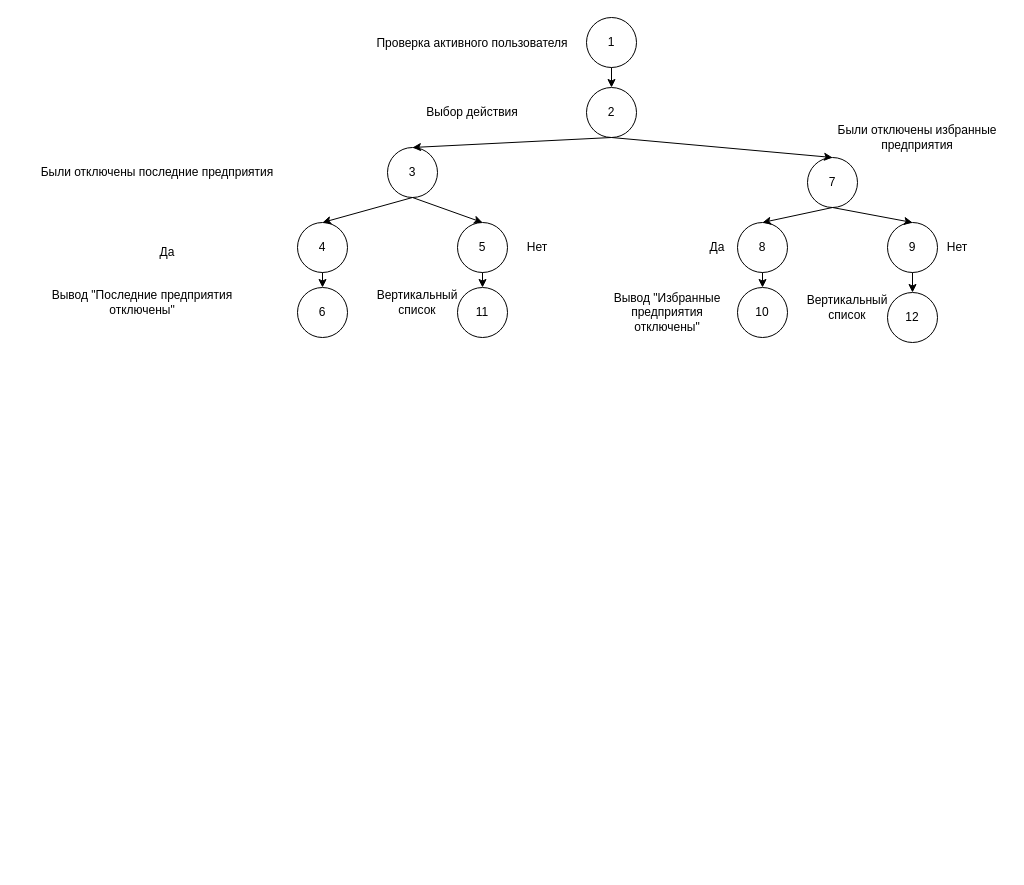
The draw.io diagram McKeyb.drawio in Bagdasaryan/Bagdasaryan, before the edit. Source tidied: cells renumbered, new cells numbered last; positions are measured from the earlier drawing's top-left corner, leaving out a move shared by most shapes. Both pictures are drawn from the tidied source at 100%, with x=0, y=0 at pixel (17, 17).
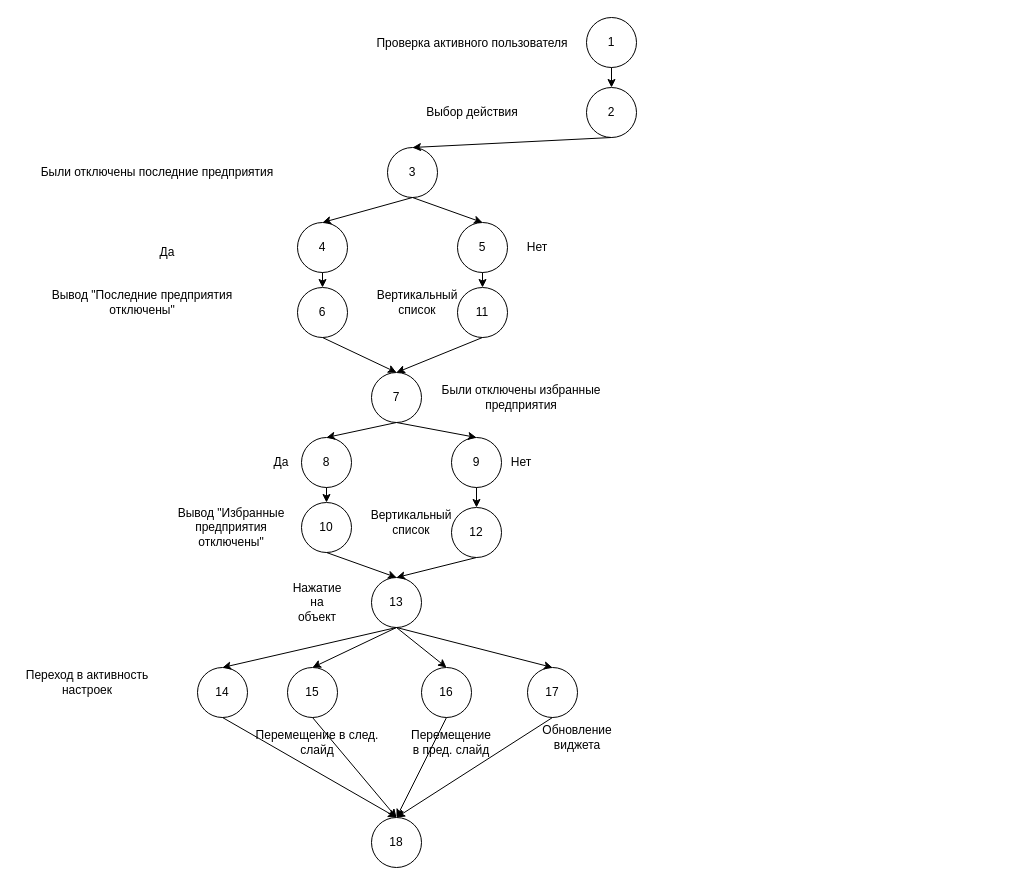
After the change.

The change refers to these unchanged cells:
```xml
<mxCell id="5" value="2" style="ellipse;whiteSpace=wrap;html=1;" parent="1" vertex="1">
  <mxGeometry x="569" y="70" width="50" height="50" as="geometry" />
</mxCell>
<mxCell id="16" value="6" style="ellipse;whiteSpace=wrap;html=1;" parent="1" vertex="1">
  <mxGeometry x="280" y="270" width="50" height="50" as="geometry" />
</mxCell>
<mxCell id="31" value="11" style="ellipse;whiteSpace=wrap;html=1;" parent="1" vertex="1">
  <mxGeometry x="440" y="270" width="50" height="50" as="geometry" />
</mxCell>
```

Diff of the diagram source:
```diff
@@
     <mxCell id="19" value="7" style="ellipse;whiteSpace=wrap;html=1;" parent="1" vertex="1">
-      <mxGeometry x="790" y="140" width="50" height="50" as="geometry" />
+      <mxGeometry x="354" y="355" width="50" height="50" as="geometry" />
     </mxCell>
-    <mxCell id="20" style="endArrow=classic;html=1;exitX=0.5;exitY=1;exitDx=0;exitDy=0;entryX=0.5;entryY=0;entryDx=0;entryDy=0;" parent="1" edge="1" source="5" target="19">
-      <mxGeometry relative="1" as="geometry" />
-    </mxCell>
     <mxCell id="21" value="Были отключены избранные предприятия" style="text;html=1;strokeColor=none;fillColor=none;align=center;verticalAlign=middle;whiteSpace=wrap;rounded=0;" parent="1" vertex="1">
-      <mxGeometry x="810" y="110" width="180" height="20" as="geometry" />
+      <mxGeometry x="414" y="370" width="180" height="20" as="geometry" />
     </mxCell>
     <mxCell id="22" value="8" style="ellipse;whiteSpace=wrap;html=1;" parent="1" vertex="1">
-      <mxGeometry x="720" y="205" width="50" height="50" as="geometry" />
+      <mxGeometry x="284" y="420" width="50" height="50" as="geometry" />
     </mxCell>
@@
     <mxCell id="24" value="Да" style="text;html=1;strokeColor=none;fillColor=none;align=center;verticalAlign=middle;whiteSpace=wrap;rounded=0;" parent="1" vertex="1">
-      <mxGeometry x="680" y="220" width="40" height="20" as="geometry" />
+      <mxGeometry x="244" y="435" width="40" height="20" as="geometry" />
     </mxCell>
     <mxCell id="25" value="9" style="ellipse;whiteSpace=wrap;html=1;" parent="1" vertex="1">
-      <mxGeometry x="870" y="205" width="50" height="50" as="geometry" />
+      <mxGeometry x="434" y="420" width="50" height="50" as="geometry" />
     </mxCell>
@@
     <mxCell id="27" value="Нет" style="text;html=1;strokeColor=none;fillColor=none;align=center;verticalAlign=middle;whiteSpace=wrap;rounded=0;" parent="1" vertex="1">
-      <mxGeometry x="920" y="220" width="40" height="20" as="geometry" />
+      <mxGeometry x="484" y="435" width="40" height="20" as="geometry" />
     </mxCell>
     <mxCell id="28" value="10" style="ellipse;whiteSpace=wrap;html=1;" parent="1" vertex="1">
-      <mxGeometry x="720" y="270" width="50" height="50" as="geometry" />
+      <mxGeometry x="284" y="485" width="50" height="50" as="geometry" />
     </mxCell>
@@
     <mxCell id="30" value="Вывод &quot;Избранные предприятия отключены&quot;" style="text;html=1;strokeColor=none;fillColor=none;align=center;verticalAlign=middle;whiteSpace=wrap;rounded=0;" parent="1" vertex="1">
-      <mxGeometry x="580" y="280" width="140" height="30" as="geometry" />
+      <mxGeometry x="144" y="495" width="140" height="30" as="geometry" />
     </mxCell>
@@
     <mxCell id="34" value="12" style="ellipse;whiteSpace=wrap;html=1;" parent="1" vertex="1">
-      <mxGeometry x="870" y="275" width="50" height="50" as="geometry" />
+      <mxGeometry x="434" y="490" width="50" height="50" as="geometry" />
     </mxCell>
@@
     <mxCell id="36" value="Вертикальный список" style="text;html=1;strokeColor=none;fillColor=none;align=center;verticalAlign=middle;whiteSpace=wrap;rounded=0;" parent="1" vertex="1">
-      <mxGeometry x="810" y="280" width="40" height="20" as="geometry" />
+      <mxGeometry x="374" y="495" width="40" height="20" as="geometry" />
     </mxCell>
+    <mxCell id="37" style="endArrow=classic;html=1;exitX=0.5;exitY=1;exitDx=0;exitDy=0;entryX=0.5;entryY=0;entryDx=0;entryDy=0;" parent="1" edge="1" source="16" target="19">
+      <mxGeometry relative="1" as="geometry" />
+    </mxCell>
+    <mxCell id="38" style="endArrow=classic;html=1;exitX=0.5;exitY=1;exitDx=0;exitDy=0;entryX=0.5;entryY=0;entryDx=0;entryDy=0;" parent="1" edge="1" source="31" target="19">
+      <mxGeometry relative="1" as="geometry" />
+    </mxCell>
+    <mxCell id="39" value="13" style="ellipse;whiteSpace=wrap;html=1;" parent="1" vertex="1">
+      <mxGeometry x="354" y="560" width="50" height="50" as="geometry" />
+    </mxCell>
+    <mxCell id="40" value="Нажатие на объект" style="text;html=1;strokeColor=none;fillColor=none;align=center;verticalAlign=middle;whiteSpace=wrap;rounded=0;" parent="1" vertex="1">
+      <mxGeometry x="280" y="575" width="40" height="20" as="geometry" />
+    </mxCell>
+    <mxCell id="41" style="endArrow=classic;html=1;exitX=0.5;exitY=1;exitDx=0;exitDy=0;entryX=0.5;entryY=0;entryDx=0;entryDy=0;" parent="1" edge="1" source="28" target="39">
+      <mxGeometry relative="1" as="geometry" />
+    </mxCell>
+    <mxCell id="42" style="endArrow=classic;html=1;exitX=0.5;exitY=1;exitDx=0;exitDy=0;entryX=0.5;entryY=0;entryDx=0;entryDy=0;" parent="1" edge="1" source="34" target="39">
+      <mxGeometry relative="1" as="geometry" />
+    </mxCell>
+    <mxCell id="43" value="14" style="ellipse;whiteSpace=wrap;html=1;" parent="1" vertex="1">
+      <mxGeometry x="180" y="650" width="50" height="50" as="geometry" />
+    </mxCell>
+    <mxCell id="44" value="15" style="ellipse;whiteSpace=wrap;html=1;" parent="1" vertex="1">
+      <mxGeometry x="270" y="650" width="50" height="50" as="geometry" />
+    </mxCell>
+    <mxCell id="45" value="16" style="ellipse;whiteSpace=wrap;html=1;" parent="1" vertex="1">
+      <mxGeometry x="404" y="650" width="50" height="50" as="geometry" />
+    </mxCell>
+    <mxCell id="46" value="17" style="ellipse;whiteSpace=wrap;html=1;" parent="1" vertex="1">
+      <mxGeometry x="510" y="650" width="50" height="50" as="geometry" />
+    </mxCell>
+    <mxCell id="47" value="Переход в активность настроек" style="text;html=1;strokeColor=none;fillColor=none;align=center;verticalAlign=middle;whiteSpace=wrap;rounded=0;" parent="1" vertex="1">
+      <mxGeometry y="650" width="140" height="30" as="geometry" />
+    </mxCell>
+    <mxCell id="48" style="endArrow=classic;html=1;exitX=0.5;exitY=1;exitDx=0;exitDy=0;entryX=0.5;entryY=0;entryDx=0;entryDy=0;" parent="1" edge="1" source="39" target="43">
+      <mxGeometry relative="1" as="geometry" />
+    </mxCell>
+    <mxCell id="49" style="endArrow=classic;html=1;exitX=0.5;exitY=1;exitDx=0;exitDy=0;entryX=0.5;entryY=0;entryDx=0;entryDy=0;" parent="1" edge="1" source="39" target="44">
+      <mxGeometry relative="1" as="geometry" />
+    </mxCell>
+    <mxCell id="50" value="Перемещение в след. слайд" style="text;html=1;strokeColor=none;fillColor=none;align=center;verticalAlign=middle;whiteSpace=wrap;rounded=0;" parent="1" vertex="1">
+      <mxGeometry x="230" y="710" width="140" height="30" as="geometry" />
+    </mxCell>
+    <mxCell id="51" style="endArrow=classic;html=1;exitX=0.5;exitY=1;exitDx=0;exitDy=0;entryX=0.5;entryY=0;entryDx=0;entryDy=0;" parent="1" edge="1" source="39" target="45">
+      <mxGeometry relative="1" as="geometry" />
+    </mxCell>
+    <mxCell id="52" value="Перемещение в пред. слайд" style="text;html=1;strokeColor=none;fillColor=none;align=center;verticalAlign=middle;whiteSpace=wrap;rounded=0;" parent="1" vertex="1">
+      <mxGeometry x="414" y="715" width="40" height="20" as="geometry" />
+    </mxCell>
+    <mxCell id="53" style="endArrow=classic;html=1;exitX=0.5;exitY=1;exitDx=0;exitDy=0;entryX=0.5;entryY=0;entryDx=0;entryDy=0;" parent="1" edge="1" source="39" target="46">
+      <mxGeometry relative="1" as="geometry" />
+    </mxCell>
+    <mxCell id="54" value="Обновление виджета" style="text;html=1;strokeColor=none;fillColor=none;align=center;verticalAlign=middle;whiteSpace=wrap;rounded=0;" parent="1" vertex="1">
+      <mxGeometry x="540" y="710" width="40" height="20" as="geometry" />
+    </mxCell>
+    <mxCell id="55" style="endArrow=classic;html=1;exitX=0.5;exitY=1;exitDx=0;exitDy=0;entryX=0.5;entryY=0;entryDx=0;entryDy=0;" parent="1" edge="1" source="43" target="56">
+      <mxGeometry relative="1" as="geometry" />
+    </mxCell>
+    <mxCell id="56" value="18" style="ellipse;whiteSpace=wrap;html=1;" parent="1" vertex="1">
+      <mxGeometry x="354" y="800" width="50" height="50" as="geometry" />
+    </mxCell>
+    <mxCell id="57" style="endArrow=classic;html=1;exitX=0.5;exitY=1;exitDx=0;exitDy=0;entryX=0.5;entryY=0;entryDx=0;entryDy=0;" parent="1" edge="1" source="45" target="56">
+      <mxGeometry relative="1" as="geometry" />
+    </mxCell>
+    <mxCell id="58" style="endArrow=classic;html=1;exitX=0.5;exitY=1;exitDx=0;exitDy=0;entryX=0.5;entryY=0;entryDx=0;entryDy=0;" parent="1" edge="1" source="44" target="56">
+      <mxGeometry relative="1" as="geometry" />
+    </mxCell>
+    <mxCell id="59" style="endArrow=classic;html=1;exitX=0.5;exitY=1;exitDx=0;exitDy=0;entryX=0.5;entryY=0;entryDx=0;entryDy=0;" parent="1" edge="1" source="46" target="56">
+      <mxGeometry relative="1" as="geometry" />
+    </mxCell>
```
